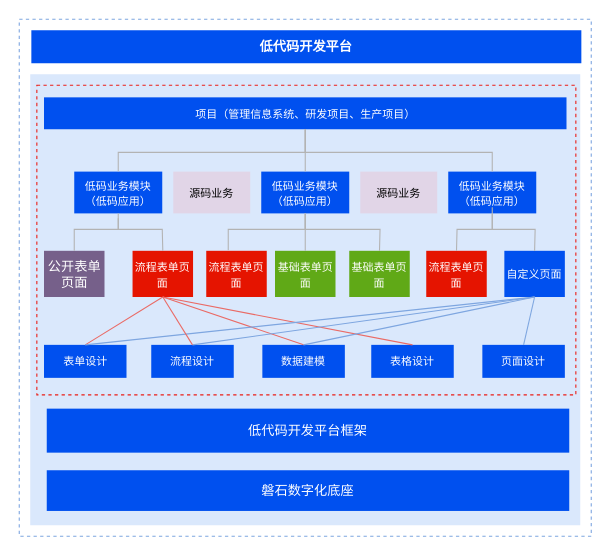
Above: 低代码—研究内容——新版——房.drawio in tangyaosimida/love (draw.io), before the change. Source tidied: cells renumbered, new cells numbered last; positions are measured from the earlier drawing's top-left corner, leaving out a move shared by most shapes. Both pictures are drawn from the tidied source at 110%, with x=0, y=0 at pixel (19, 19).
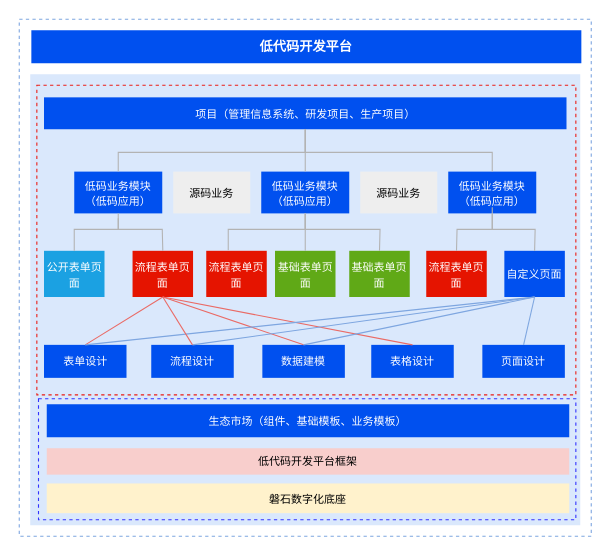
The same page after the edit.

Commit message:
更新低代码—研究内容——新版——房.drawio

What changed in the source:
```diff
@@
+    <mxCell id="45" style="rounded=0;whiteSpace=wrap;html=1;fillColor=none;dashed=1;strokeColor=#3333FF;" parent="1" vertex="1">
+      <mxGeometry x="17.5" y="345" width="488.5" height="110" as="geometry" />
+    </mxCell>
@@
-    <mxCell id="6" value="低代码开发平台框架" style="rounded=0;whiteSpace=wrap;html=1;fillColor=#0050ef;fontColor=#ffffff;strokeColor=none;align=center;" parent="1" vertex="1">
-      <mxGeometry x="25" y="354" width="475" height="40" as="geometry" />
+    <mxCell id="6" value="&lt;font style=&quot;font-size: 10px;&quot;&gt;低代码开发平台框架&lt;/font&gt;" style="rounded=0;whiteSpace=wrap;html=1;fillColor=#f8cecc;strokeColor=none;align=center;" parent="1" vertex="1">
+      <mxGeometry x="25" y="390" width="475" height="24" as="geometry" />
     </mxCell>
-    <mxCell id="7" value="磐石数字化底座" style="rounded=0;whiteSpace=wrap;html=1;fillColor=#0050ef;fontColor=#ffffff;strokeColor=none;align=center;" parent="1" vertex="1">
-      <mxGeometry x="25" y="410" width="475" height="37" as="geometry" />
+    <mxCell id="7" value="&lt;font style=&quot;font-size: 10px;&quot;&gt;磐石数字化底座&lt;/font&gt;" style="rounded=0;whiteSpace=wrap;html=1;fillColor=#fff2cc;strokeColor=none;align=center;" parent="1" vertex="1">
+      <mxGeometry x="25" y="422" width="475" height="27" as="geometry" />
     </mxCell>
@@
-    <mxCell id="15" value="公开表单页面" style="rounded=0;whiteSpace=wrap;html=1;fillColor=#76608a;strokeColor=none;align=center;fontColor=#ffffff;" parent="1" vertex="1">
+    <mxCell id="15" value="&lt;font style=&quot;font-size: 10px;&quot;&gt;公开表单页面&lt;/font&gt;" style="rounded=0;whiteSpace=wrap;html=1;fillColor=#1ba1e2;strokeColor=none;align=center;fontColor=#ffffff;" parent="1" vertex="1">
       <mxGeometry x="22.5" y="210.5" width="55" height="42" as="geometry" />
     </mxCell>
@@
-    <mxCell id="31" value="&lt;span style=&quot;font-size: 10px;&quot;&gt;源码业务&lt;/span&gt;" style="rounded=0;whiteSpace=wrap;html=1;fillColor=#e1d5e7;strokeColor=none;align=center;" parent="1" vertex="1">
+    <mxCell id="31" value="&lt;span style=&quot;font-size: 10px;&quot;&gt;源码业务&lt;/span&gt;" style="rounded=0;whiteSpace=wrap;html=1;fillColor=#eeeeee;strokeColor=none;align=center;" parent="1" vertex="1">
       <mxGeometry x="140" y="138.5" width="70" height="38" as="geometry" />
     </mxCell>
-    <mxCell id="32" value="&lt;span style=&quot;font-size: 10px;&quot;&gt;源码业务&lt;/span&gt;" style="rounded=0;whiteSpace=wrap;html=1;fillColor=#e1d5e7;strokeColor=none;align=center;" parent="1" vertex="1">
+    <mxCell id="32" value="&lt;span style=&quot;font-size: 10px;&quot;&gt;源码业务&lt;/span&gt;" style="rounded=0;whiteSpace=wrap;html=1;fillColor=#eeeeee;strokeColor=none;align=center;" parent="1" vertex="1">
       <mxGeometry x="310" y="138.5" width="70" height="38" as="geometry" />
     </mxCell>
@@
+    <mxCell id="46" value="&lt;span style=&quot;font-size: 10px;&quot;&gt;生态市场（组件、基础模板、业务模板）&lt;/span&gt;" style="rounded=0;whiteSpace=wrap;html=1;fillColor=#0050ef;fontColor=#ffffff;strokeColor=none;align=center;" parent="1" vertex="1">
+      <mxGeometry x="25" y="350" width="475" height="30" as="geometry" />
+    </mxCell>
```
